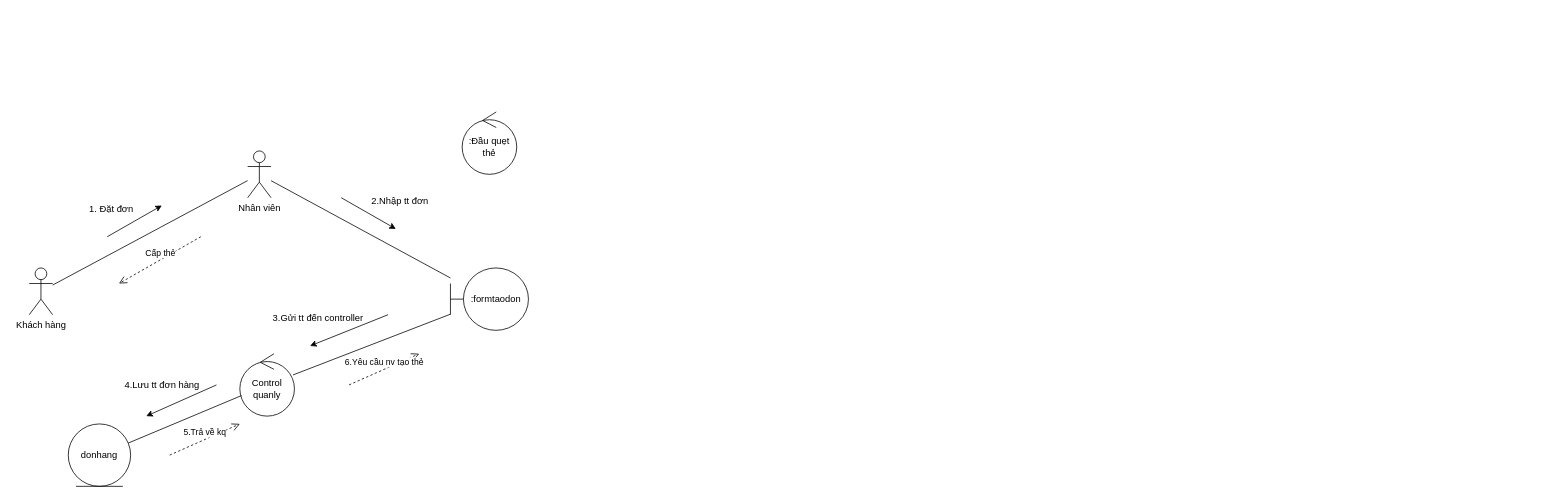
This is CollaborationDiagram050325.drawio from huyga1185/quanLyKTX_22CT4, a draw.io file, before an edit. Source tidied: cells renumbered, new cells numbered last; positions are measured from the earlier drawing's top-left corner, leaving out a move shared by most shapes. Both pictures are drawn from the tidied source at 78%, with x=0, y=0 at pixel (29, 112).
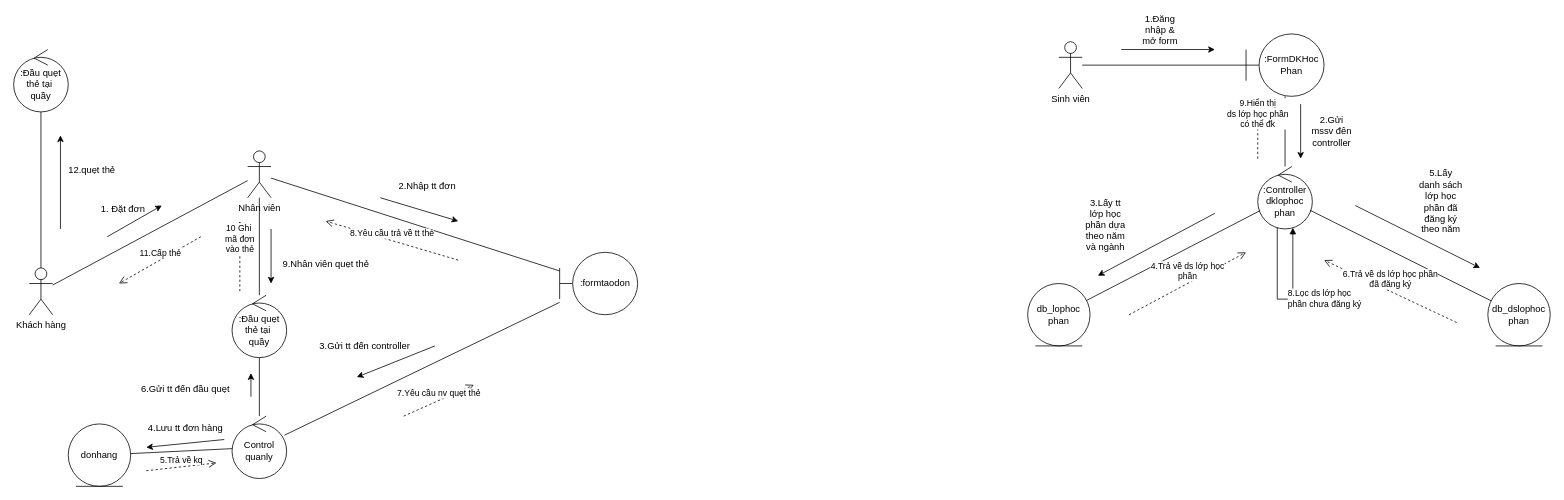
Above is the later version.

Unchanged cells that the change refers to:
```xml
<mxCell id="2" value="Khách hàng" style="shape=umlActor;verticalLabelPosition=bottom;verticalAlign=top;html=1;" parent="1" vertex="1">
  <mxGeometry y="200" width="30" height="60" as="geometry" />
</mxCell>
<mxCell id="3" value="Nhân viên" style="shape=umlActor;verticalLabelPosition=bottom;verticalAlign=top;html=1;" parent="1" vertex="1">
  <mxGeometry x="280" y="50" width="30" height="60" as="geometry" />
</mxCell>
```

The edit, as a diff of the source:
```diff
@@
     <mxCell id="6" value="1. Đặt đơn" style="text;html=1;align=center;verticalAlign=middle;strokeColor=none;fillColor=none;" parent="1" vertex="1">
-      <mxGeometry x="65" y="110" width="80" height="30" as="geometry" />
+      <mxGeometry x="80" y="110" width="80" height="30" as="geometry" />
     </mxCell>
     <mxCell id="7" value=":formtaodon" style="shape=umlBoundary;whiteSpace=wrap;html=1;" parent="1" vertex="1">
-      <mxGeometry x="540" y="200" width="100" height="80" as="geometry" />
+      <mxGeometry x="680" y="180" width="100" height="80" as="geometry" />
     </mxCell>
@@
     <mxCell id="9" style="endArrow=classic;html=1;rounded=0;" parent="1" edge="1">
       <mxGeometry relative="1" as="geometry">
-        <mxPoint x="400" y="110" as="sourcePoint" />
-        <mxPoint x="470" y="150" as="targetPoint" />
+        <mxPoint x="450" y="110" as="sourcePoint" />
+        <mxPoint x="550" y="140" as="targetPoint" />
       </mxGeometry>
     </mxCell>
     <mxCell id="10" value="2.Nhập tt đơn" style="text;html=1;align=center;verticalAlign=middle;strokeColor=none;fillColor=none;" parent="1" vertex="1">
-      <mxGeometry x="425" y="100" width="100" height="30" as="geometry" />
+      <mxGeometry x="460" y="80" width="100" height="30" as="geometry" />
     </mxCell>
-    <mxCell id="11" value=":Đầu quẹt thẻ" style="ellipse;shape=umlControl;whiteSpace=wrap;html=1;" parent="1" vertex="1">
-      <mxGeometry x="555" width="70" height="80" as="geometry" />
+    <mxCell id="11" value=":Đầu quẹt thẻ tại&amp;nbsp;&lt;br&gt;quầy" style="ellipse;shape=umlControl;whiteSpace=wrap;html=1;" parent="1" vertex="1">
+      <mxGeometry x="260" y="235" width="70" height="80" as="geometry" />
     </mxCell>
     <mxCell id="12" value="Control&lt;br&gt;quanly" style="ellipse;shape=umlControl;whiteSpace=wrap;html=1;" parent="1" vertex="1">
-      <mxGeometry x="270" y="310" width="70" height="80" as="geometry" />
+      <mxGeometry x="260" y="390" width="70" height="80" as="geometry" />
     </mxCell>
@@
     <mxCell id="14" value="3.Gửi tt đến controller" style="text;html=1;align=center;verticalAlign=middle;strokeColor=none;fillColor=none;" parent="1" vertex="1">
-      <mxGeometry x="300" y="250" width="140" height="30" as="geometry" />
+      <mxGeometry x="360" y="285" width="140" height="30" as="geometry" />
     </mxCell>
     <mxCell id="15" style="endArrow=classic;html=1;rounded=0;" parent="1" edge="1">
       <mxGeometry relative="1" as="geometry">
-        <mxPoint x="460" y="260" as="sourcePoint" />
-        <mxPoint x="360" y="300" as="targetPoint" />
+        <mxPoint x="520" y="300" as="sourcePoint" />
+        <mxPoint x="420" y="340" as="targetPoint" />
       </mxGeometry>
     </mxCell>
@@
     <mxCell id="18" style="endArrow=classic;html=1;rounded=0;" parent="1" edge="1">
       <mxGeometry relative="1" as="geometry">
-        <mxPoint x="240" y="350" as="sourcePoint" />
-        <mxPoint x="150" y="390" as="targetPoint" />
+        <mxPoint x="250" y="420" as="sourcePoint" />
+        <mxPoint x="150" y="430" as="targetPoint" />
       </mxGeometry>
     </mxCell>
     <mxCell id="19" value="4.Lưu tt đơn hàng" style="text;html=1;align=center;verticalAlign=middle;strokeColor=none;fillColor=none;" parent="1" vertex="1">
-      <mxGeometry x="110" y="335" width="120" height="30" as="geometry" />
+      <mxGeometry x="140" y="390" width="120" height="30" as="geometry" />
     </mxCell>
-    <mxCell id="20" value="Cấp thẻ" style="html=1;verticalAlign=bottom;endArrow=open;dashed=1;endSize=8;curved=0;rounded=0;" parent="1" edge="1">
+    <mxCell id="20" value="11.Cấp thẻ" style="html=1;verticalAlign=bottom;endArrow=open;dashed=1;endSize=8;curved=0;rounded=0;" parent="1" edge="1">
       <mxGeometry relative="1" as="geometry">
         <mxPoint x="220" y="160" as="sourcePoint" />
         <mxPoint x="115" y="220" as="targetPoint" />
       </mxGeometry>
     </mxCell>
     <mxCell id="21" value="5.Trả về kq" style="html=1;verticalAlign=bottom;endArrow=open;dashed=1;endSize=8;curved=0;rounded=0;" parent="1" edge="1">
       <mxGeometry relative="1" as="geometry">
-        <mxPoint x="180" y="440" as="sourcePoint" />
-        <mxPoint x="270" y="400" as="targetPoint" />
+        <mxPoint x="150" y="460" as="sourcePoint" />
+        <mxPoint x="240" y="450" as="targetPoint" />
       </mxGeometry>
     </mxCell>
-    <mxCell id="22" value="6.Yêu cầu nv tạo thẻ" style="html=1;verticalAlign=bottom;endArrow=open;dashed=1;endSize=8;curved=0;rounded=0;" parent="1" edge="1">
+    <mxCell id="22" value="7.Yêu cầu nv quẹt thẻ" style="html=1;verticalAlign=bottom;endArrow=open;dashed=1;endSize=8;curved=0;rounded=0;" parent="1" edge="1">
       <mxGeometry relative="1" as="geometry">
-        <mxPoint x="410" y="350" as="sourcePoint" />
-        <mxPoint x="500" y="310" as="targetPoint" />
+        <mxPoint x="480" y="390" as="sourcePoint" />
+        <mxPoint x="570" y="350" as="targetPoint" />
       </mxGeometry>
     </mxCell>
+    <mxCell id="23" value="8.Yêu cầu trả về tt thẻ" style="html=1;verticalAlign=bottom;endArrow=open;dashed=1;endSize=8;curved=0;rounded=0;" parent="1" edge="1">
+      <mxGeometry relative="1" as="geometry">
+        <mxPoint x="550" y="190" as="sourcePoint" />
+        <mxPoint x="380" y="140" as="targetPoint" />
+      </mxGeometry>
+    </mxCell>
+    <mxCell id="24" style="endArrow=classic;html=1;rounded=0;" parent="1" edge="1">
+      <mxGeometry relative="1" as="geometry">
+        <mxPoint x="284.2" y="365" as="sourcePoint" />
+        <mxPoint x="284.2" y="335" as="targetPoint" />
+      </mxGeometry>
+    </mxCell>
+    <mxCell id="25" value="6.Gửi tt đến đầu quẹt" style="text;html=1;align=center;verticalAlign=middle;strokeColor=none;fillColor=none;" parent="1" vertex="1">
+      <mxGeometry x="130" y="340" width="140" height="30" as="geometry" />
+    </mxCell>
+    <mxCell id="26" style="endArrow=none;html=1;rounded=0;" parent="1" edge="1" source="11" target="12">
+      <mxGeometry relative="1" as="geometry" />
+    </mxCell>
+    <mxCell id="27" style="endArrow=none;html=1;rounded=0;" parent="1" edge="1" source="3" target="11">
+      <mxGeometry relative="1" as="geometry" />
+    </mxCell>
+    <mxCell id="28" style="endArrow=classic;html=1;rounded=0;" parent="1" edge="1">
+      <mxGeometry relative="1" as="geometry">
+        <mxPoint x="310" y="150" as="sourcePoint" />
+        <mxPoint x="310" y="220" as="targetPoint" />
+      </mxGeometry>
+    </mxCell>
+    <mxCell id="29" value="9.Nhân viên quẹt thẻ" style="text;html=1;align=center;verticalAlign=middle;strokeColor=none;fillColor=none;" parent="1" vertex="1">
+      <mxGeometry x="315" y="180" width="130" height="30" as="geometry" />
+    </mxCell>
+    <mxCell id="30" value="10 Ghi&amp;nbsp;&lt;br&gt;mã đơn&lt;br&gt;vào thẻ" style="html=1;verticalAlign=bottom;endArrow=open;dashed=1;endSize=8;curved=0;rounded=0;" parent="1" edge="1">
+      <mxGeometry relative="1" as="geometry">
+        <mxPoint x="270" y="230" as="sourcePoint" />
+        <mxPoint x="270" y="140" as="targetPoint" />
+      </mxGeometry>
+    </mxCell>
+    <mxCell id="31" value=":Đầu quẹt thẻ tại&amp;nbsp;&lt;br&gt;quầy" style="ellipse;shape=umlControl;whiteSpace=wrap;html=1;" parent="1" vertex="1">
+      <mxGeometry x="-20" y="-80" width="70" height="80" as="geometry" />
+    </mxCell>
+    <mxCell id="32" style="endArrow=none;html=1;rounded=0;" parent="1" edge="1" source="2" target="31">
+      <mxGeometry relative="1" as="geometry" />
+    </mxCell>
+    <mxCell id="33" style="endArrow=classic;html=1;rounded=0;" parent="1" edge="1">
+      <mxGeometry relative="1" as="geometry">
+        <mxPoint x="40" y="150" as="sourcePoint" />
+        <mxPoint x="40" y="30" as="targetPoint" />
+      </mxGeometry>
+    </mxCell>
+    <mxCell id="34" value="12.quẹt thẻ" style="text;html=1;align=center;verticalAlign=middle;strokeColor=none;fillColor=none;" parent="1" vertex="1">
+      <mxGeometry x="40" y="60" width="80" height="30" as="geometry" />
+    </mxCell>
+    <mxCell id="35" value="Sinh viên" style="shape=umlActor;verticalLabelPosition=bottom;verticalAlign=top;html=1;" parent="1" vertex="1">
+      <mxGeometry x="1320" y="-90" width="30" height="60" as="geometry" />
+    </mxCell>
+    <mxCell id="36" value=":FormDKHoc&lt;br&gt;Phan" style="shape=umlBoundary;whiteSpace=wrap;html=1;" parent="1" vertex="1">
+      <mxGeometry x="1560" y="-100" width="100" height="80" as="geometry" />
+    </mxCell>
+    <mxCell id="37" value=":Controller&lt;br&gt;dklophoc&lt;br&gt;phan" style="ellipse;shape=umlControl;whiteSpace=wrap;html=1;" parent="1" vertex="1">
+      <mxGeometry x="1575" y="70" width="70" height="80" as="geometry" />
+    </mxCell>
+    <mxCell id="38" value="db_lophoc&lt;br&gt;phan" style="ellipse;shape=umlEntity;whiteSpace=wrap;html=1;" parent="1" vertex="1">
+      <mxGeometry x="1280" y="220" width="80" height="80" as="geometry" />
+    </mxCell>
+    <mxCell id="39" value="db_dslophoc&lt;br&gt;phan" style="ellipse;shape=umlEntity;whiteSpace=wrap;html=1;" parent="1" vertex="1">
+      <mxGeometry x="1870" y="220" width="80" height="80" as="geometry" />
+    </mxCell>
+    <mxCell id="40" style="endArrow=none;html=1;rounded=0;" parent="1" edge="1" source="35" target="36">
+      <mxGeometry relative="1" as="geometry" />
+    </mxCell>
+    <mxCell id="41" style="endArrow=none;html=1;rounded=0;" parent="1" edge="1" source="37" target="36">
+      <mxGeometry relative="1" as="geometry" />
+    </mxCell>
+    <mxCell id="42" style="endArrow=none;html=1;rounded=0;" parent="1" edge="1" source="38" target="37">
+      <mxGeometry relative="1" as="geometry" />
+    </mxCell>
+    <mxCell id="43" style="endArrow=none;html=1;rounded=0;" parent="1" edge="1" source="39" target="37">
+      <mxGeometry relative="1" as="geometry" />
+    </mxCell>
+    <mxCell id="44" style="endArrow=classic;html=1;rounded=0;" parent="1" edge="1">
+      <mxGeometry relative="1" as="geometry">
+        <mxPoint x="1400" y="-80" as="sourcePoint" />
+        <mxPoint x="1520" y="-80" as="targetPoint" />
+      </mxGeometry>
+    </mxCell>
+    <mxCell id="45" value="1.Đăng nhập &amp;amp; mở form" style="text;html=1;align=center;verticalAlign=middle;whiteSpace=wrap;rounded=0;" parent="1" vertex="1">
+      <mxGeometry x="1420" y="-120" width="60" height="30" as="geometry" />
+    </mxCell>
+    <mxCell id="46" style="endArrow=classic;html=1;rounded=0;" parent="1" edge="1">
+      <mxGeometry relative="1" as="geometry">
+        <mxPoint x="1630" y="-10" as="sourcePoint" />
+        <mxPoint x="1630" y="60" as="targetPoint" />
+      </mxGeometry>
+    </mxCell>
+    <mxCell id="47" value="2.Gửi mssv đên controller" style="text;html=1;align=center;verticalAlign=middle;whiteSpace=wrap;rounded=0;" parent="1" vertex="1">
+      <mxGeometry x="1640" y="10" width="60" height="30" as="geometry" />
+    </mxCell>
+    <mxCell id="48" style="endArrow=classic;html=1;rounded=0;" parent="1" edge="1">
+      <mxGeometry relative="1" as="geometry">
+        <mxPoint x="1520" y="130" as="sourcePoint" />
+        <mxPoint x="1370" y="210" as="targetPoint" />
+      </mxGeometry>
+    </mxCell>
+    <mxCell id="49" value="3.Lấy tt lớp học phần dựa theo năm và ngành" style="text;html=1;align=center;verticalAlign=middle;whiteSpace=wrap;rounded=0;" parent="1" vertex="1">
+      <mxGeometry x="1350" y="130" width="60" height="30" as="geometry" />
+    </mxCell>
+    <mxCell id="50" value="4.Trả về ds lớp học&lt;br&gt;phần" style="html=1;verticalAlign=bottom;endArrow=open;dashed=1;endSize=8;curved=0;rounded=0;" parent="1" edge="1">
+      <mxGeometry relative="1" as="geometry">
+        <mxPoint x="1410" y="260" as="sourcePoint" />
+        <mxPoint x="1560" y="180" as="targetPoint" />
+      </mxGeometry>
+    </mxCell>
+    <mxCell id="51" style="endArrow=classic;html=1;rounded=0;" parent="1" edge="1">
+      <mxGeometry relative="1" as="geometry">
+        <mxPoint x="1700" y="120" as="sourcePoint" />
+        <mxPoint x="1860" y="200" as="targetPoint" />
+      </mxGeometry>
+    </mxCell>
+    <mxCell id="52" value="5.Lấy danh sách lớp học phần đã đăng ký theo năm" style="text;html=1;align=center;verticalAlign=middle;whiteSpace=wrap;rounded=0;" parent="1" vertex="1">
+      <mxGeometry x="1780" y="100" width="60" height="30" as="geometry" />
+    </mxCell>
+    <mxCell id="53" value="6.Trả về ds lớp học phần&lt;br&gt;đã đăng ký" style="html=1;verticalAlign=bottom;endArrow=open;dashed=1;endSize=8;curved=0;rounded=0;" parent="1" edge="1">
+      <mxGeometry relative="1" as="geometry">
+        <mxPoint x="1830" y="270" as="sourcePoint" />
+        <mxPoint x="1660" y="190" as="targetPoint" />
+      </mxGeometry>
+    </mxCell>
+    <mxCell id="54" value="8.Lọc ds lớp học&lt;br&gt;phần chưa đăng ký" style="html=1;align=left;spacingLeft=2;endArrow=block;rounded=0;edgeStyle=orthogonalEdgeStyle;curved=0;rounded=0;" parent="1" edge="1" source="37" target="37">
+      <mxGeometry relative="1" as="geometry">
+        <Array as="points">
+          <mxPoint x="1600" y="240" />
+          <mxPoint x="1620" y="240" />
+        </Array>
+      </mxGeometry>
+    </mxCell>
+    <mxCell id="55" value="9.Hiển thị&lt;br&gt;ds lớp học phần&lt;br&gt;có thể đk" style="html=1;verticalAlign=bottom;endArrow=open;dashed=1;endSize=8;curved=0;rounded=0;" parent="1" edge="1">
+      <mxGeometry relative="1" as="geometry">
+        <mxPoint x="1575" y="60" as="sourcePoint" />
+        <mxPoint x="1575" y="-10" as="targetPoint" />
+      </mxGeometry>
+    </mxCell>
```
